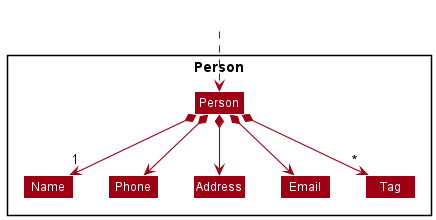
Earlier version of the PlantUML export docs/images/PersonClassDiagram.png (ryanongra/tp).
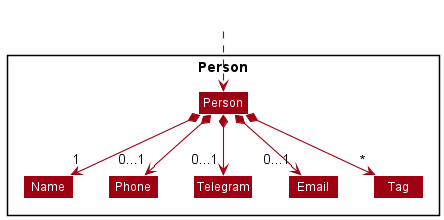
The same diagram one commit later.

Commit message:
Update DG for Person Class

The edit, as a diff of the source:
```diff
@@ -9,7 +9,7 @@
 class Name
 class Phone
 class Email
-class Address
+class Telegram
 class Tag
 }
 
@@ -17,12 +17,12 @@
 HiddenOutside ..> Person
 
 Person *--> "1" Name
-Person *--> Phone
-Person *--> Email
-Person *--> Address
+Person *--> "0...1" Phone
+Person *--> "0...1" Email
+Person *--> "0...1" Telegram
 Person *--> "*" Tag
 
 Name -[hidden]right-> Phone
-Phone -[hidden]right-> Address
-Address -[hidden]right-> Email
+Phone -[hidden]right-> Telegram
+Telegram -[hidden]right-> Email
 @enduml
```
